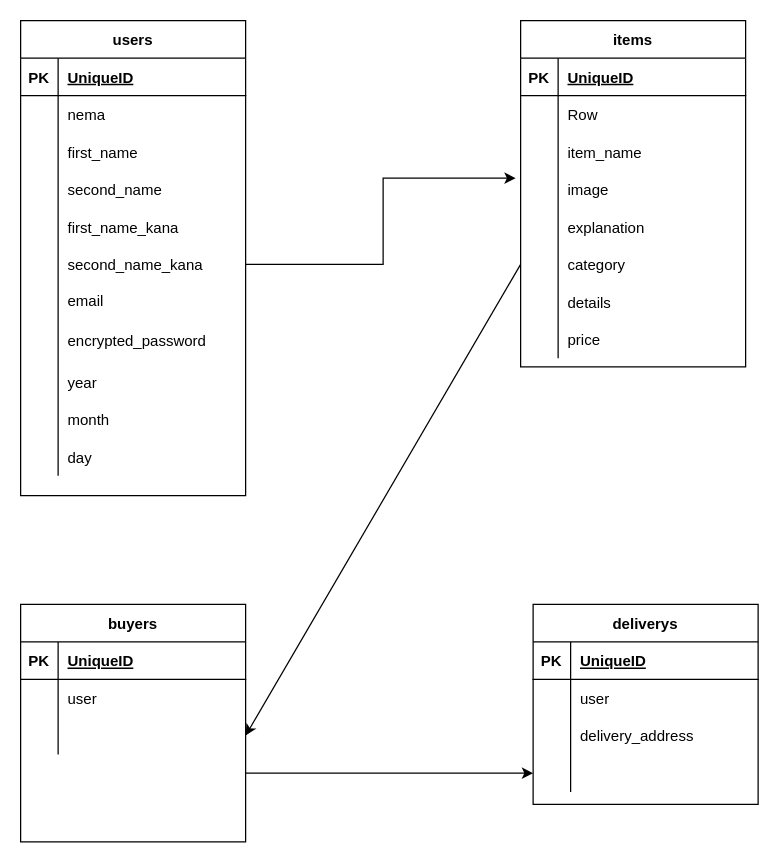
Above: furima.dio in santakukoumei/furima-36689 (draw.io), before the change. Source tidied: cells renumbered, new cells numbered last; positions are measured from the earlier drawing's top-left corner, leaving out a move shared by most shapes. Both pictures are drawn from the tidied source at 125%, with x=0, y=0 at pixel (20, 20).
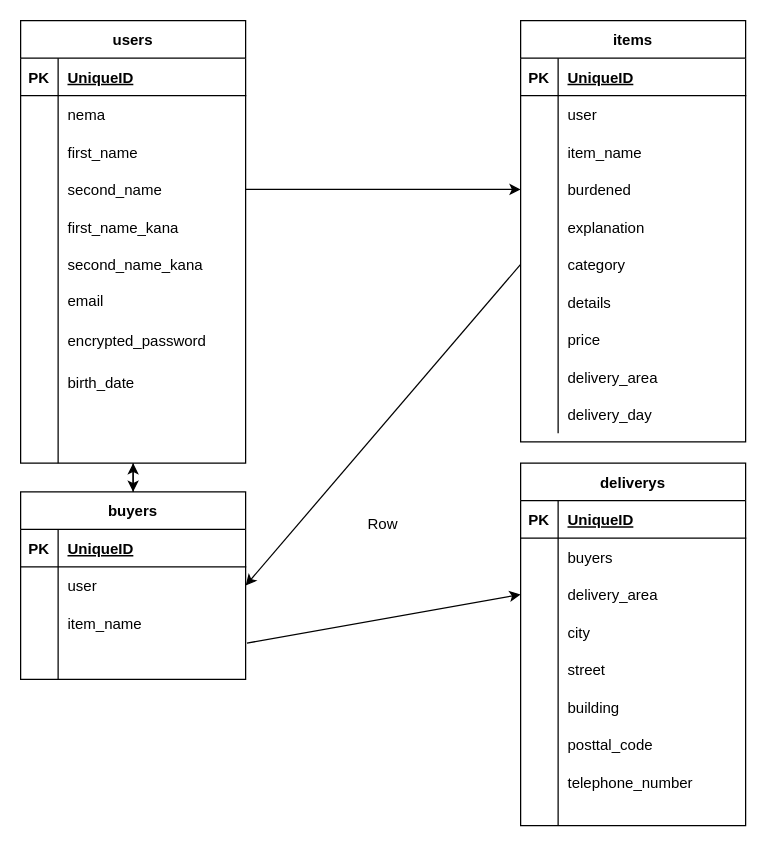
Above is the later version.

Commit message (it also covers changes not shown here):
テーブル設計3

The change refers to these unchanged cells:
```xml
<mxCell id="12" style="shape=partialRectangle;fillColor=none;top=0;left=0;bottom=0;right=0;points=[[0,0.5],[1,0.5]];portConstraint=eastwest;" parent="2" vertex="1">
  <mxGeometry y="120" width="180" height="30" as="geometry" />
</mxCell>
<mxCell id="18" style="shape=partialRectangle;fillColor=none;top=0;left=0;bottom=0;right=0;points=[[0,0.5],[1,0.5]];portConstraint=eastwest;" parent="2" vertex="1">
  <mxGeometry y="180" width="180" height="30" as="geometry" />
</mxCell>
<mxCell id="27" style="shape=partialRectangle;fillColor=none;top=0;left=0;bottom=0;right=0;" parent="2" vertex="1">
  <mxGeometry y="274" width="180" height="30" as="geometry" />
</mxCell>
<mxCell id="30" style="shape=partialRectangle;fillColor=none;top=0;left=0;bottom=0;right=0;" parent="2" vertex="1">
  <mxGeometry y="304" width="180" height="30" as="geometry" />
</mxCell>
<mxCell id="40" style="shape=partialRectangle;fillColor=none;top=0;left=0;bottom=0;right=0;" parent="36" vertex="1">
  <mxGeometry y="60" width="180" height="30" as="geometry" />
</mxCell>
<mxCell id="46" style="shape=partialRectangle;fillColor=none;top=0;left=0;bottom=0;right=0;points=[[0,0.5],[1,0.5]];portConstraint=eastwest;" parent="36" vertex="1">
  <mxGeometry y="120" width="180" height="30" as="geometry" />
</mxCell>
<mxCell id="52" style="shape=partialRectangle;fillColor=none;top=0;left=0;bottom=0;right=0;points=[[0,0.5],[1,0.5]];portConstraint=eastwest;" parent="36" vertex="1">
  <mxGeometry y="180" width="180" height="30" as="geometry" />
</mxCell>
<mxCell id="65" style="shape=partialRectangle;fillColor=none;top=0;left=0;bottom=0;right=0;points=[[0,0.5],[1,0.5]];portConstraint=eastwest;" parent="61" vertex="1">
  <mxGeometry y="60" width="180" height="30" as="geometry" />
</mxCell>
<mxCell id="75" style="shape=partialRectangle;fillColor=none;top=0;left=0;bottom=0;right=0;" parent="71" vertex="1">
  <mxGeometry y="60" width="180" height="30" as="geometry" />
</mxCell>
<mxCell id="78" style="shape=partialRectangle;fillColor=none;top=0;left=0;bottom=0;right=0;points=[[0,0.5],[1,0.5]];portConstraint=eastwest;" parent="71" vertex="1">
  <mxGeometry y="90" width="180" height="30" as="geometry" />
</mxCell>
```

The edit, as a diff of the source:
```diff
@@
+    <mxCell id="87" style="edgeStyle=none;rounded=0;jettySize=auto;html=1;exitX=0.5;exitY=1;exitDx=0;exitDy=0;entryX=0.5;entryY=0;entryDx=0;entryDy=0;" parent="1" edge="1" source="2" target="61">
+      <mxGeometry relative="1" as="geometry" />
+    </mxCell>
     <mxCell id="2" value="users" style="shape=table;startSize=30;childLayout=tableLayout;rowLines=0;fontStyle=1;align=center;" parent="1" vertex="1">
-      <mxGeometry width="180" height="380" as="geometry" />
+      <mxGeometry width="180" height="354" as="geometry" />
     </mxCell>
@@
-    <mxCell id="29" value="year" style="shape=partialRectangle;fillColor=none;top=0;left=0;bottom=0;right=0;align=left;spacingLeft=6;overflow=hidden;" parent="27" vertex="1">
+    <mxCell id="29" value="birth_date" style="shape=partialRectangle;fillColor=none;top=0;left=0;bottom=0;right=0;align=left;spacingLeft=6;overflow=hidden;" parent="27" vertex="1">
       <mxGeometry x="30" width="150" height="30" as="geometry" />
     </mxCell>
@@
-    <mxCell id="32" value="month" style="shape=partialRectangle;fillColor=none;top=0;left=0;bottom=0;right=0;align=left;spacingLeft=6;overflow=hidden;" parent="30" vertex="1">
+    <mxCell id="32" style="shape=partialRectangle;fillColor=none;top=0;left=0;bottom=0;right=0;align=left;spacingLeft=6;overflow=hidden;" parent="30" vertex="1">
       <mxGeometry x="30" width="150" height="30" as="geometry" />
     </mxCell>
     <mxCell id="33" style="shape=partialRectangle;fillColor=none;top=0;left=0;bottom=0;right=0;" parent="2" vertex="1">
-      <mxGeometry y="334" width="180" height="30" as="geometry" />
+      <mxGeometry y="334" width="180" height="20" as="geometry" />
     </mxCell>
     <mxCell id="34" style="shape=partialRectangle;fillColor=none;top=0;left=0;bottom=0;right=0;overflow=hidden;" parent="33" vertex="1">
-      <mxGeometry width="30" height="30" as="geometry" />
+      <mxGeometry width="30" height="20" as="geometry" />
     </mxCell>
-    <mxCell id="35" value="day" style="shape=partialRectangle;fillColor=none;top=0;left=0;bottom=0;right=0;align=left;spacingLeft=6;overflow=hidden;" parent="33" vertex="1">
-      <mxGeometry x="30" width="150" height="30" as="geometry" />
+    <mxCell id="35" style="shape=partialRectangle;fillColor=none;top=0;left=0;bottom=0;right=0;align=left;spacingLeft=6;overflow=hidden;" parent="33" vertex="1">
+      <mxGeometry x="30" width="150" height="20" as="geometry" />
     </mxCell>
     <mxCell id="36" value="items" style="shape=table;startSize=30;childLayout=tableLayout;rowLines=0;fontStyle=1;align=center;" parent="1" vertex="1">
-      <mxGeometry x="400" width="180" height="277" as="geometry" />
+      <mxGeometry x="400" width="180" height="337" as="geometry" />
     </mxCell>
@@
-    <mxCell id="42" value="Row" style="shape=partialRectangle;fillColor=none;top=0;left=0;bottom=0;right=0;align=left;spacingLeft=6;overflow=hidden;" parent="40" vertex="1">
+    <mxCell id="42" value="user" style="shape=partialRectangle;fillColor=none;top=0;left=0;bottom=0;right=0;align=left;spacingLeft=6;overflow=hidden;" parent="40" vertex="1">
       <mxGeometry x="30" width="150" height="30" as="geometry" />
     </mxCell>
@@
-    <mxCell id="48" value="image" style="shape=partialRectangle;fillColor=none;top=0;left=0;bottom=0;right=0;align=left;spacingLeft=6;overflow=hidden;" parent="46" vertex="1">
+    <mxCell id="48" value="burdened" style="shape=partialRectangle;fillColor=none;top=0;left=0;bottom=0;right=0;align=left;spacingLeft=6;overflow=hidden;" parent="46" vertex="1">
       <mxGeometry x="30" width="150" height="30" as="geometry" />
     </mxCell>
@@
+    <mxCell id="88" style="shape=partialRectangle;fillColor=none;top=0;left=0;bottom=0;right=0;" parent="36" vertex="1">
+      <mxGeometry y="270" width="180" height="30" as="geometry" />
+    </mxCell>
+    <mxCell id="89" style="shape=partialRectangle;fillColor=none;top=0;left=0;bottom=0;right=0;overflow=hidden;" parent="88" vertex="1">
+      <mxGeometry width="30" height="30" as="geometry" />
+    </mxCell>
+    <mxCell id="90" value="delivery_area" style="shape=partialRectangle;fillColor=none;top=0;left=0;bottom=0;right=0;align=left;spacingLeft=6;overflow=hidden;" parent="88" vertex="1">
+      <mxGeometry x="30" width="150" height="30" as="geometry" />
+    </mxCell>
+    <mxCell id="91" style="shape=partialRectangle;fillColor=none;top=0;left=0;bottom=0;right=0;" parent="36" vertex="1">
+      <mxGeometry y="300" width="180" height="30" as="geometry" />
+    </mxCell>
+    <mxCell id="92" style="shape=partialRectangle;fillColor=none;top=0;left=0;bottom=0;right=0;overflow=hidden;" parent="91" vertex="1">
+      <mxGeometry width="30" height="30" as="geometry" />
+    </mxCell>
+    <mxCell id="93" value="delivery_day" style="shape=partialRectangle;fillColor=none;top=0;left=0;bottom=0;right=0;align=left;spacingLeft=6;overflow=hidden;" parent="91" vertex="1">
+      <mxGeometry x="30" width="150" height="30" as="geometry" />
+    </mxCell>
+    <mxCell id="94" style="edgeStyle=none;rounded=0;jettySize=auto;html=1;exitX=0.5;exitY=0;exitDx=0;exitDy=0;entryX=0.5;entryY=1;entryDx=0;entryDy=0;" parent="1" edge="1" source="61" target="2">
+      <mxGeometry relative="1" as="geometry" />
+    </mxCell>
     <mxCell id="61" value="buyers" style="shape=table;startSize=30;childLayout=tableLayout;rowLines=0;fontStyle=1;align=center;" parent="1" vertex="1">
-      <mxGeometry y="467" width="180" height="190" as="geometry" />
+      <mxGeometry y="377" width="180" height="150" as="geometry" />
     </mxCell>
@@
+    <mxCell id="95" style="shape=partialRectangle;fillColor=none;top=0;left=0;bottom=0;right=0;" parent="61" vertex="1">
+      <mxGeometry y="90" width="180" height="30" as="geometry" />
+    </mxCell>
+    <mxCell id="96" style="shape=partialRectangle;fillColor=none;top=0;left=0;bottom=0;right=0;overflow=hidden;" parent="95" vertex="1">
+      <mxGeometry width="30" height="30" as="geometry" />
+    </mxCell>
+    <mxCell id="97" value="item_name" style="shape=partialRectangle;fillColor=none;top=0;left=0;bottom=0;right=0;align=left;spacingLeft=6;overflow=hidden;" parent="95" vertex="1">
+      <mxGeometry x="30" width="150" height="30" as="geometry" />
+    </mxCell>
     <mxCell id="68" style="shape=partialRectangle;fillColor=none;top=0;left=0;bottom=0;right=0;points=[[0,0.5],[1,0.5]];portConstraint=eastwest;" parent="61" vertex="1">
-      <mxGeometry y="90" width="180" height="30" as="geometry" />
+      <mxGeometry y="120" width="180" height="30" as="geometry" />
     </mxCell>
@@
     <mxCell id="71" value="deliverys" style="shape=table;startSize=30;childLayout=tableLayout;rowLines=0;fontStyle=1;align=center;" parent="1" vertex="1">
-      <mxGeometry x="410" y="467" width="180" height="160" as="geometry" />
+      <mxGeometry x="400" y="354" width="180" height="290" as="geometry" />
     </mxCell>
@@
-    <mxCell id="77" value="user" style="shape=partialRectangle;fillColor=none;top=0;left=0;bottom=0;right=0;align=left;spacingLeft=6;overflow=hidden;" parent="75" vertex="1">
+    <mxCell id="77" value="buyers" style="shape=partialRectangle;fillColor=none;top=0;left=0;bottom=0;right=0;align=left;spacingLeft=6;overflow=hidden;" parent="75" vertex="1">
       <mxGeometry x="30" width="150" height="30" as="geometry" />
     </mxCell>
@@
-    <mxCell id="80" value="delivery_address" style="shape=partialRectangle;fillColor=none;top=0;left=0;bottom=0;right=0;align=left;spacingLeft=6;overflow=hidden;" parent="78" vertex="1">
+    <mxCell id="80" value="delivery_area" style="shape=partialRectangle;fillColor=none;top=0;left=0;bottom=0;right=0;align=left;spacingLeft=6;overflow=hidden;" parent="78" vertex="1">
       <mxGeometry x="30" width="150" height="30" as="geometry" />
     </mxCell>
+    <mxCell id="98" style="shape=partialRectangle;fillColor=none;top=0;left=0;bottom=0;right=0;" parent="71" vertex="1">
+      <mxGeometry y="120" width="180" height="30" as="geometry" />
+    </mxCell>
+    <mxCell id="99" style="shape=partialRectangle;fillColor=none;top=0;left=0;bottom=0;right=0;overflow=hidden;" parent="98" vertex="1">
+      <mxGeometry width="30" height="30" as="geometry" />
+    </mxCell>
+    <mxCell id="100" value="city" style="shape=partialRectangle;fillColor=none;top=0;left=0;bottom=0;right=0;align=left;spacingLeft=6;overflow=hidden;" parent="98" vertex="1">
+      <mxGeometry x="30" width="150" height="30" as="geometry" />
+    </mxCell>
+    <mxCell id="101" style="shape=partialRectangle;fillColor=none;top=0;left=0;bottom=0;right=0;" parent="71" vertex="1">
+      <mxGeometry y="150" width="180" height="30" as="geometry" />
+    </mxCell>
+    <mxCell id="102" style="shape=partialRectangle;fillColor=none;top=0;left=0;bottom=0;right=0;overflow=hidden;" parent="101" vertex="1">
+      <mxGeometry width="30" height="30" as="geometry" />
+    </mxCell>
+    <mxCell id="103" value="street" style="shape=partialRectangle;fillColor=none;top=0;left=0;bottom=0;right=0;align=left;spacingLeft=6;overflow=hidden;" parent="101" vertex="1">
+      <mxGeometry x="30" width="150" height="30" as="geometry" />
+    </mxCell>
+    <mxCell id="104" style="shape=partialRectangle;fillColor=none;top=0;left=0;bottom=0;right=0;" parent="71" vertex="1">
+      <mxGeometry y="180" width="180" height="30" as="geometry" />
+    </mxCell>
+    <mxCell id="105" style="shape=partialRectangle;fillColor=none;top=0;left=0;bottom=0;right=0;overflow=hidden;" parent="104" vertex="1">
+      <mxGeometry width="30" height="30" as="geometry" />
+    </mxCell>
+    <mxCell id="106" value="building" style="shape=partialRectangle;fillColor=none;top=0;left=0;bottom=0;right=0;align=left;spacingLeft=6;overflow=hidden;" parent="104" vertex="1">
+      <mxGeometry x="30" width="150" height="30" as="geometry" />
+    </mxCell>
+    <mxCell id="107" style="shape=partialRectangle;fillColor=none;top=0;left=0;bottom=0;right=0;" parent="71" vertex="1">
+      <mxGeometry y="210" width="180" height="30" as="geometry" />
+    </mxCell>
+    <mxCell id="108" style="shape=partialRectangle;fillColor=none;top=0;left=0;bottom=0;right=0;overflow=hidden;" parent="107" vertex="1">
+      <mxGeometry width="30" height="30" as="geometry" />
+    </mxCell>
+    <mxCell id="109" value="posttal_code" style="shape=partialRectangle;fillColor=none;top=0;left=0;bottom=0;right=0;align=left;spacingLeft=6;overflow=hidden;" parent="107" vertex="1">
+      <mxGeometry x="30" width="150" height="30" as="geometry" />
+    </mxCell>
+    <mxCell id="110" style="shape=partialRectangle;fillColor=none;top=0;left=0;bottom=0;right=0;" parent="71" vertex="1">
+      <mxGeometry y="240" width="180" height="30" as="geometry" />
+    </mxCell>
+    <mxCell id="111" style="shape=partialRectangle;fillColor=none;top=0;left=0;bottom=0;right=0;overflow=hidden;" parent="110" vertex="1">
+      <mxGeometry width="30" height="30" as="geometry" />
+    </mxCell>
+    <mxCell id="112" value="telephone_number" style="shape=partialRectangle;fillColor=none;top=0;left=0;bottom=0;right=0;align=left;spacingLeft=6;overflow=hidden;" parent="110" vertex="1">
+      <mxGeometry x="30" width="150" height="30" as="geometry" />
+    </mxCell>
     <mxCell id="81" style="shape=partialRectangle;fillColor=none;top=0;left=0;bottom=0;right=0;points=[[0,0.5],[1,0.5]];portConstraint=eastwest;" parent="71" vertex="1">
-      <mxGeometry y="120" width="180" height="30" as="geometry" />
+      <mxGeometry y="270" width="180" height="20" as="geometry" />
     </mxCell>
     <mxCell id="82" style="shape=partialRectangle;fillColor=none;top=0;left=0;bottom=0;right=0;overflow=hidden;" parent="81" vertex="1">
-      <mxGeometry width="30" height="30" as="geometry" />
+      <mxGeometry width="30" height="20" as="geometry" />
     </mxCell>
     <mxCell id="83" style="shape=partialRectangle;fillColor=none;top=0;left=0;bottom=0;right=0;align=left;spacingLeft=6;overflow=hidden;" parent="81" vertex="1">
-      <mxGeometry x="30" width="150" height="30" as="geometry" />
+      <mxGeometry x="30" width="150" height="20" as="geometry" />
     </mxCell>
-    <mxCell id="84" style="edgeStyle=orthogonalEdgeStyle;rounded=0;jettySize=auto;html=1;exitX=1;exitY=0.5;exitDx=0;exitDy=0;entryX=-0.022;entryY=0.2;entryDx=0;entryDy=0;entryPerimeter=0;" parent="1" edge="1" source="18" target="46">
-      <mxGeometry relative="1" as="geometry" />
-    </mxCell>
-    <mxCell id="85" style="edgeStyle=none;rounded=0;jettySize=auto;html=1;exitX=0;exitY=0.5;exitDx=0;exitDy=0;entryX=1;entryY=0.5;entryDx=0;entryDy=0;" parent="1" edge="1" source="52" target="68">
+    <mxCell id="85" style="edgeStyle=none;rounded=0;jettySize=auto;html=1;exitX=0;exitY=0.5;exitDx=0;exitDy=0;entryX=1;entryY=0.5;entryDx=0;entryDy=0;" parent="1" edge="1" source="52" target="65">
       <mxGeometry relative="1" as="geometry" />
     </mxCell>
-    <mxCell id="86" style="edgeStyle=none;rounded=0;jettySize=auto;html=1;exitX=1;exitY=0.5;exitDx=0;exitDy=0;entryX=0;entryY=0.5;entryDx=0;entryDy=0;" parent="1" edge="1" target="81">
-      <mxGeometry relative="1" as="geometry">
-        <mxPoint x="180" y="602" as="sourcePoint" />
-      </mxGeometry>
+    <mxCell id="86" style="edgeStyle=none;rounded=0;jettySize=auto;html=1;exitX=1.006;exitY=0.033;exitDx=0;exitDy=0;entryX=0;entryY=0.5;entryDx=0;entryDy=0;exitPerimeter=0;" parent="1" edge="1" source="68" target="78">
+      <mxGeometry relative="1" as="geometry" />
     </mxCell>
+    <mxCell id="113" style="edgeStyle=none;rounded=0;orthogonalLoop=1;jettySize=auto;html=1;entryX=0.5;entryY=1;entryDx=0;entryDy=0;" parent="1" edge="1" source="2" target="2">
+      <mxGeometry relative="1" as="geometry" />
+    </mxCell>
+    <mxCell id="114" style="edgeStyle=none;rounded=0;jettySize=auto;html=1;exitX=1;exitY=0.5;exitDx=0;exitDy=0;" parent="1" edge="1" source="12" target="46">
+      <mxGeometry relative="1" as="geometry" />
+    </mxCell>
+    <mxCell id="115" style="shape=table;startSize=0;childLayout=tableLayout;rowLines=0;fontStyle=0;align=center;strokeColor=none;fillColor=none;" parent="1" vertex="1">
+      <mxGeometry x="240" y="387" width="180" height="30" as="geometry" />
+    </mxCell>
+    <mxCell id="116" style="shape=partialRectangle;fillColor=none;top=0;left=0;bottom=0;right=0;" parent="115" vertex="1">
+      <mxGeometry width="180" height="30" as="geometry" />
+    </mxCell>
+    <mxCell id="117" style="shape=partialRectangle;fillColor=none;top=0;left=0;bottom=0;right=0;overflow=hidden;" parent="116" vertex="1">
+      <mxGeometry width="30" height="30" as="geometry" />
+    </mxCell>
+    <mxCell id="118" value="Row" style="shape=partialRectangle;fillColor=none;top=0;left=0;bottom=0;right=0;align=left;spacingLeft=6;overflow=hidden;" parent="116" vertex="1">
+      <mxGeometry x="30" width="150" height="30" as="geometry" />
+    </mxCell>
```
